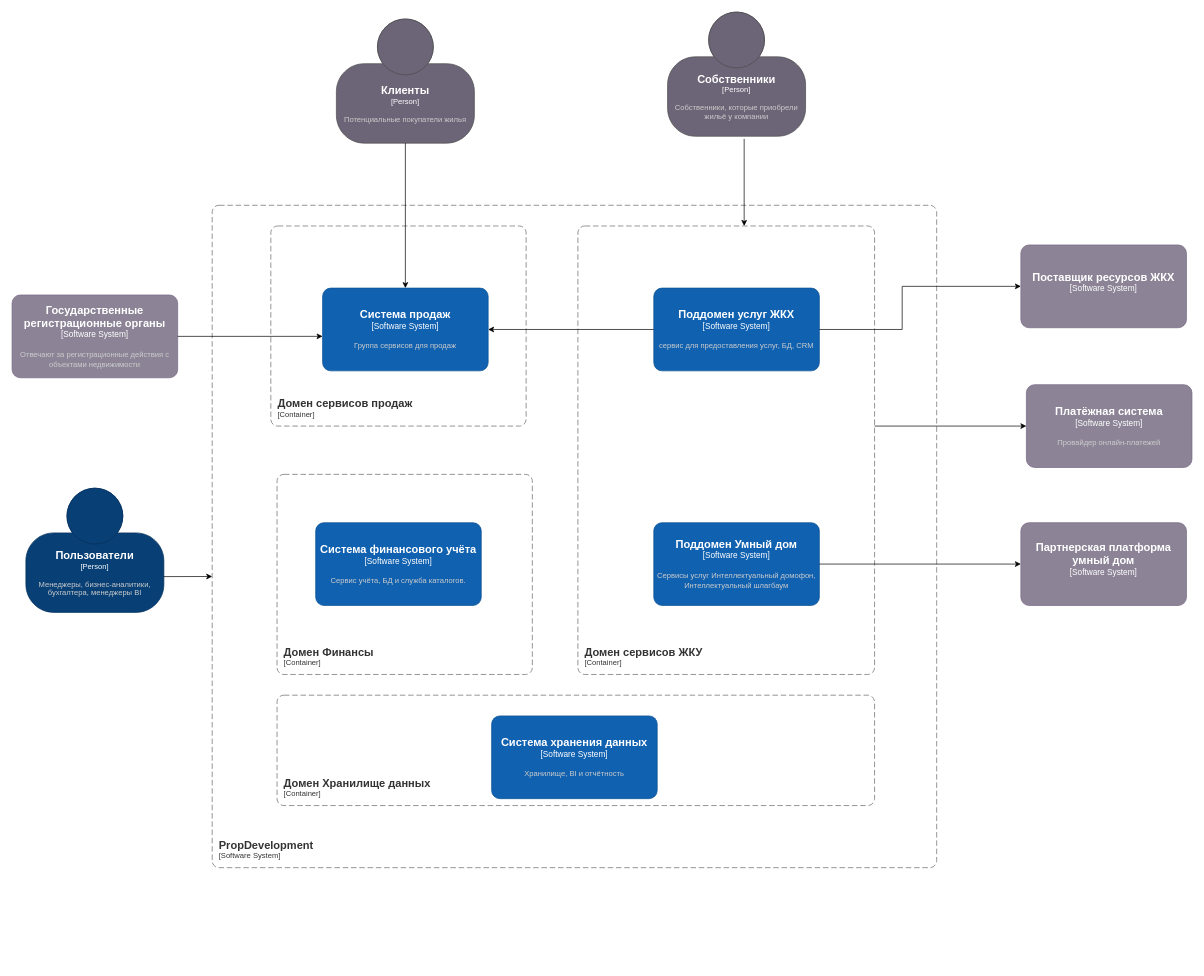
DenisEgorenko/architecture-propdevelopment keeps this draw.io diagram as Task3/PropDevelopment_С4_context.drawio. Above is the earlier version. Source tidied: cells renumbered, new cells numbered last; positions are measured from the earlier drawing's top-left corner, leaving out a move shared by most shapes. Both pictures are drawn from the tidied source at 69%, with x=0, y=0 at pixel (12, 12).
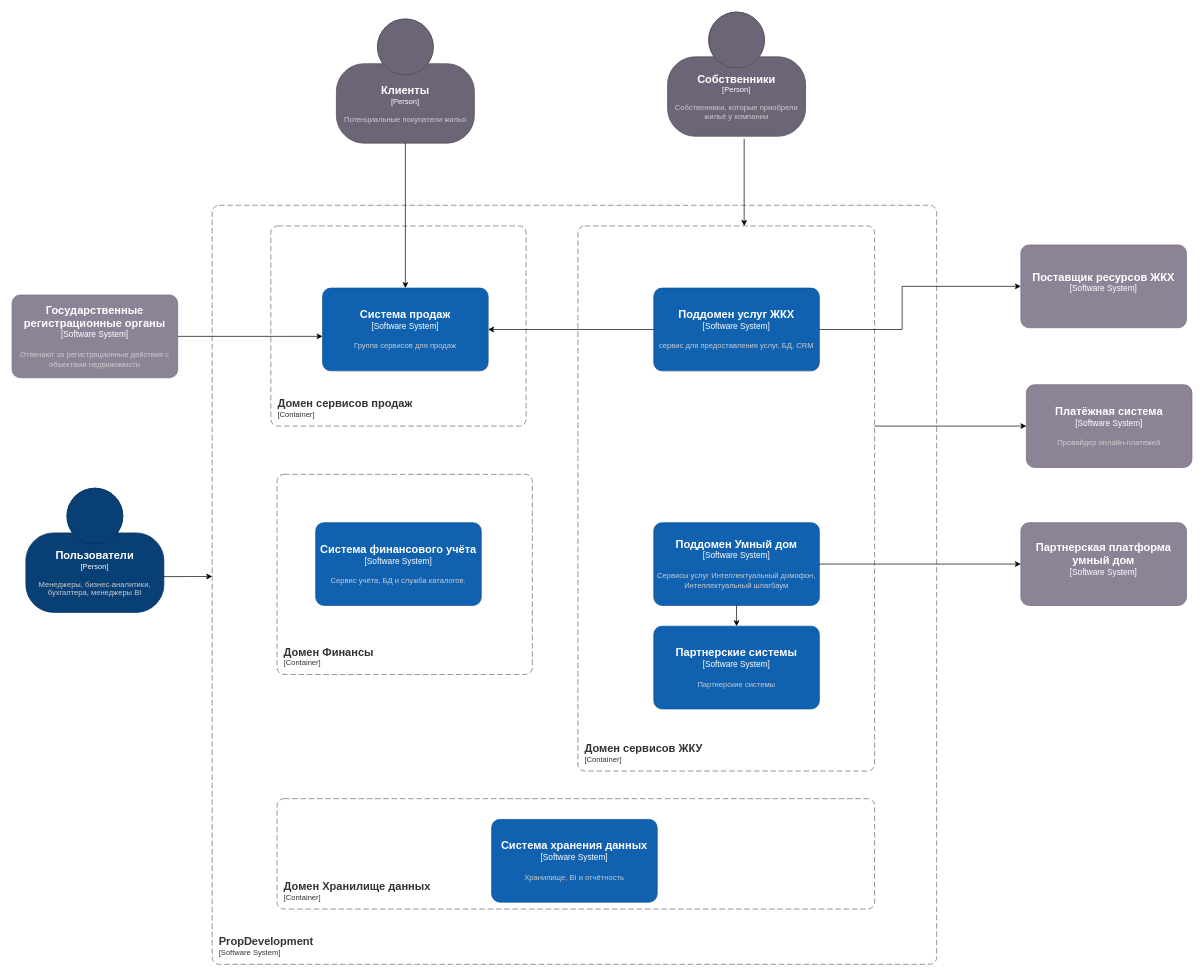
The same diagram, later.

The change refers to these unchanged cells:
```xml
<object id="21" label="&lt;font style=&quot;font-size: 16px&quot;&gt;&lt;b&gt;%c4Name%&lt;/b&gt;&lt;/font&gt;&lt;div&gt;[%c4Type%]&lt;/div&gt;&lt;br&gt;&lt;div&gt;&lt;font style=&quot;font-size: 11px&quot;&gt;&lt;font color=&quot;#cccccc&quot;&gt;%c4Description%&lt;/font&gt;&lt;/div&gt;" c4Description="Сервисы услуг Интеллектуальный домофон, Интеллектуальный шлагбаум" c4Name="Поддомен Умный дом" c4Type="Software System" placeholders="1">
  <mxCell style="rounded=1;whiteSpace=wrap;html=1;labelBackgroundColor=none;fillColor=#1061B0;fontColor=#ffffff;align=center;arcSize=10;strokeColor=#0D5091;points=[[0.25,0,0],[0.5,0,0],[0.75,0,0],[1,0.25,0],[1,0.5,0],[1,0.75,0],[0.75,1,0],[0.5,1,0],[0.25,1,0],[0,0.75,0],[0,0.5,0],[0,0.25,0]];" parent="1" vertex="1">
    <mxGeometry x="930" y="740" width="240" height="120" as="geometry" />
  </mxCell>
</object>
```

The edit, as a diff of the source:
```diff
@@
     <object id="2" label="&lt;font style=&quot;font-size: 16px&quot;&gt;&lt;b&gt;&lt;div style=&quot;text-align: left&quot;&gt;%c4Name%&lt;/div&gt;&lt;/b&gt;&lt;/font&gt;&lt;div style=&quot;text-align: left&quot;&gt;[%c4Application%]&lt;/div&gt;" c4Application="Software System" c4Name="PropDevelopment" placeholders="1">
       <mxCell style="rounded=1;fontSize=11;whiteSpace=wrap;html=1;dashed=1;arcSize=20;fillColor=none;strokeColor=#666666;fontColor=#333333;labelBackgroundColor=none;align=left;verticalAlign=bottom;labelBorderColor=none;spacingTop=0;spacing=10;dashPattern=8 4;perimeter=rectanglePerimeter;noLabel=0;labelPadding=0;absoluteArcSize=1;" parent="1" vertex="1">
-        <mxGeometry x="290" y="280" width="1050" height="960" as="geometry" />
+        <mxGeometry x="290" y="280" width="1050" height="1100" as="geometry" />
       </mxCell>
     </object>
@@
     <object id="11" label="&lt;font style=&quot;font-size: 16px&quot;&gt;&lt;b&gt;&lt;div style=&quot;text-align: left&quot;&gt;%c4Name%&lt;/div&gt;&lt;/b&gt;&lt;/font&gt;&lt;div style=&quot;text-align: left&quot;&gt;[%c4Application%]&lt;/div&gt;" c4Application="Container" c4Name="Домен сервисов ЖКУ" placeholders="1">
       <mxCell style="rounded=1;fontSize=11;whiteSpace=wrap;html=1;dashed=1;arcSize=20;fillColor=none;strokeColor=#666666;fontColor=#333333;labelBackgroundColor=none;align=left;verticalAlign=bottom;labelBorderColor=none;spacingTop=0;spacing=10;dashPattern=8 4;perimeter=rectanglePerimeter;noLabel=0;labelPadding=0;absoluteArcSize=1;" parent="1" vertex="1">
-        <mxGeometry x="820" y="310" width="430" height="650" as="geometry" />
+        <mxGeometry x="820" y="310" width="430" height="790" as="geometry" />
       </mxCell>
     </object>
@@
     <object id="22" label="&lt;font style=&quot;font-size: 16px&quot;&gt;&lt;b&gt;&lt;div style=&quot;text-align: left&quot;&gt;%c4Name%&lt;/div&gt;&lt;/b&gt;&lt;/font&gt;&lt;div style=&quot;text-align: left&quot;&gt;[%c4Application%]&lt;/div&gt;" c4Application="Container" c4Name="Домен Хранилище данных" placeholders="1">
       <mxCell style="rounded=1;fontSize=11;whiteSpace=wrap;html=1;dashed=1;arcSize=20;fillColor=none;strokeColor=#666666;fontColor=#333333;labelBackgroundColor=none;align=left;verticalAlign=bottom;labelBorderColor=none;spacingTop=0;spacing=10;dashPattern=8 4;perimeter=rectanglePerimeter;noLabel=0;labelPadding=0;absoluteArcSize=1;" parent="1" vertex="1">
-        <mxGeometry x="384" y="990" width="866" height="160" as="geometry" />
+        <mxGeometry x="384" y="1140" width="866" height="160" as="geometry" />
       </mxCell>
     </object>
     <object id="23" label="&lt;font style=&quot;font-size: 16px&quot;&gt;&lt;b&gt;%c4Name%&lt;/b&gt;&lt;/font&gt;&lt;div&gt;[%c4Type%]&lt;/div&gt;&lt;br&gt;&lt;div&gt;&lt;font style=&quot;font-size: 11px&quot;&gt;&lt;font color=&quot;#cccccc&quot;&gt;%c4Description%&lt;/font&gt;&lt;/div&gt;" c4Description="Хранилище, BI и отчётность" c4Name="Система хранения данных" c4Type="Software System" placeholders="1">
       <mxCell style="rounded=1;whiteSpace=wrap;html=1;labelBackgroundColor=none;fillColor=#1061B0;fontColor=#ffffff;align=center;arcSize=10;strokeColor=#0D5091;" parent="1" vertex="1">
-        <mxGeometry x="695" y="1020" width="240" height="120" as="geometry" />
+        <mxGeometry x="695" y="1170" width="240" height="120" as="geometry" />
       </mxCell>
     </object>
@@
+    <object id="27" label="&lt;font style=&quot;font-size: 16px&quot;&gt;&lt;b&gt;%c4Name%&lt;/b&gt;&lt;/font&gt;&lt;div&gt;[%c4Type%]&lt;/div&gt;&lt;br&gt;&lt;div&gt;&lt;font style=&quot;font-size: 11px&quot;&gt;&lt;font color=&quot;#cccccc&quot;&gt;%c4Description%&lt;/font&gt;&lt;/div&gt;" c4Description="Партнерские системы" c4Name="Партнерские системы" c4Type="Software System" placeholders="1">
+      <mxCell style="rounded=1;whiteSpace=wrap;html=1;labelBackgroundColor=none;fillColor=#1061B0;fontColor=#ffffff;align=center;arcSize=10;strokeColor=#0D5091;points=[[0.25,0,0],[0.5,0,0],[0.75,0,0],[1,0.25,0],[1,0.5,0],[1,0.75,0],[0.75,1,0],[0.5,1,0],[0.25,1,0],[0,0.75,0],[0,0.5,0],[0,0.25,0]];" parent="1" vertex="1">
+        <mxGeometry x="930" y="890" width="240" height="120" as="geometry" />
+      </mxCell>
+    </object>
+    <mxCell id="28" style="edgeStyle=orthogonalEdgeStyle;rounded=0;jettySize=auto;html=1;exitX=0.5;exitY=1;exitDx=0;exitDy=0;exitPerimeter=0;entryX=0.5;entryY=0;entryDx=0;entryDy=0;entryPerimeter=0;" parent="1" edge="1" source="21" target="27">
+      <mxGeometry relative="1" as="geometry" />
+    </mxCell>
```
